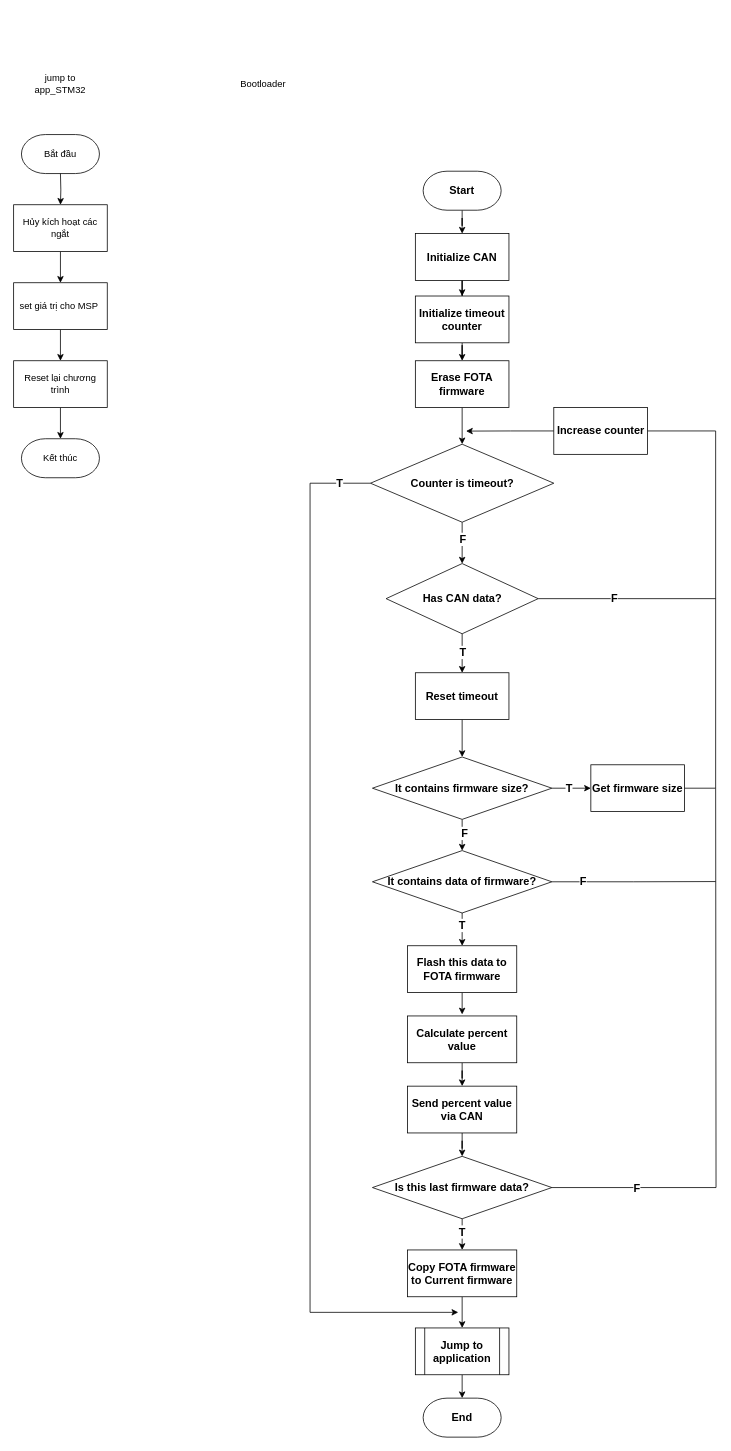
Above: page "STM32" (1 of 6) of STM32_01.drawio in thanhtung386/web_iot_interface (draw.io), before the change. Source tidied: cells renumbered, new cells numbered last; positions are measured from the earlier drawing's top-left corner, leaving out a move shared by most shapes. Both pictures are drawn from the tidied source at 78%, with x=0, y=0 at pixel (13, 72).
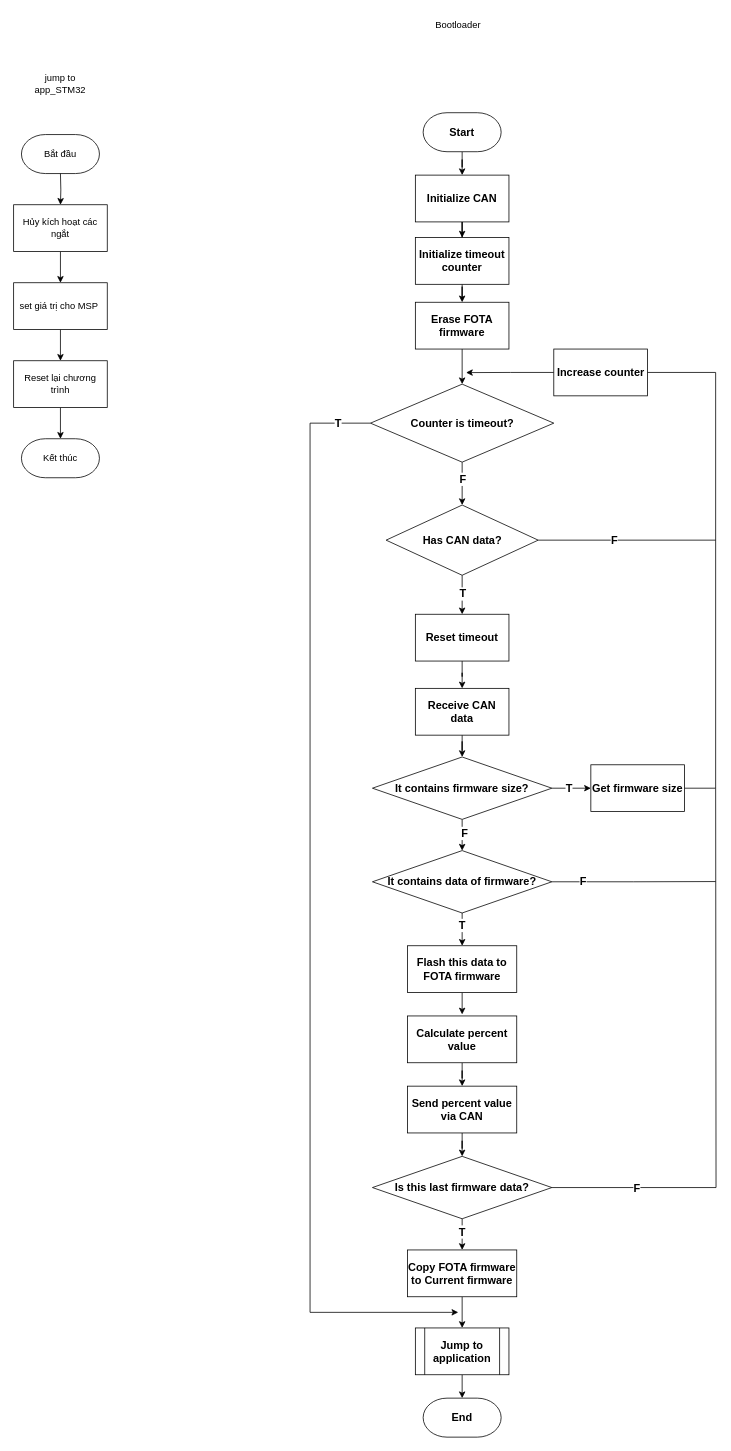
The same diagram, later.

Unchanged cells that the change refers to:
```xml
<mxCell id="25" value="It contains firmware size?" style="rhombus;whiteSpace=wrap;html=1;fontSize=14;fontStyle=1;" parent="1" vertex="1">
  <mxGeometry x="460" y="878" width="230" height="80" as="geometry" />
</mxCell>
<mxCell id="27" value="Get firmware size" style="rounded=0;whiteSpace=wrap;html=1;fontSize=14;fontStyle=1;" parent="1" vertex="1">
  <mxGeometry x="740" y="888" width="120" height="60" as="geometry" />
</mxCell>
```

Change to the diagram source:
```diff
@@
     <mxCell id="13" value="Start" style="whiteSpace=wrap;html=1;strokeWidth=1;shape=mxgraph.flowchart.terminator;fontSize=14;fontStyle=1;" parent="1" vertex="1">
-      <mxGeometry x="525" y="127" width="100" height="50" as="geometry" />
+      <mxGeometry x="525" y="52" width="100" height="50" as="geometry" />
     </mxCell>
@@
     <mxCell id="15" value="Initialize CAN" style="whiteSpace=wrap;html=1;fontSize=14;fontStyle=1;" parent="1" vertex="1">
-      <mxGeometry x="515" y="207" width="120" height="60" as="geometry" />
+      <mxGeometry x="515" y="132" width="120" height="60" as="geometry" />
     </mxCell>
@@
     <mxCell id="18" style="edgeStyle=orthogonalEdgeStyle;rounded=0;jettySize=auto;html=1;exitX=1;exitY=0.5;exitDx=0;exitDy=0;exitPerimeter=0;endArrow=none;endFill=0;fontSize=14;fontStyle=1;" parent="1" edge="1" source="20">
       <mxGeometry relative="1" as="geometry">
-        <mxPoint x="900" y="675" as="targetPoint" />
+        <mxPoint x="900" y="600" as="targetPoint" />
         <Array as="points">
-          <mxPoint x="900" y="675" />
+          <mxPoint x="900" y="600" />
         </Array>
       </mxGeometry>
     </mxCell>
@@
     <mxCell id="20" value="Has CAN data?" style="rounded=0;whiteSpace=wrap;html=1;strokeWidth=1;shape=mxgraph.flowchart.decision;fontSize=14;fontStyle=1;" parent="1" vertex="1">
-      <mxGeometry x="477.5" y="630" width="195" height="90" as="geometry" />
+      <mxGeometry x="477.5" y="555" width="195" height="90" as="geometry" />
     </mxCell>
@@
     <mxCell id="26" style="edgeStyle=orthogonalEdgeStyle;rounded=0;jettySize=auto;html=1;exitX=1;exitY=0.5;exitDx=0;exitDy=0;fontSize=14;fontStyle=1;entryX=1;entryY=0.5;entryDx=0;entryDy=0;endArrow=none;endFill=0;" parent="1" edge="1" source="27" target="62">
       <mxGeometry relative="1" as="geometry">
         <Array as="points">
           <mxPoint x="900" y="918" />
-          <mxPoint x="900" y="460" />
+          <mxPoint x="900" y="385" />
         </Array>
       </mxGeometry>
     </mxCell>
@@
     <mxCell id="37" value="Bootloader" style="text;html=1;align=center;verticalAlign=middle;whiteSpace=wrap;rounded=0;" parent="1" vertex="1">
-      <mxGeometry x="290" width="60" height="30" as="geometry" />
+      <mxGeometry x="540" y="-75" width="60" height="30" as="geometry" />
     </mxCell>
@@
     <mxCell id="40" value="Initialize timeout counter" style="whiteSpace=wrap;html=1;fontSize=14;fontStyle=1;" parent="1" vertex="1">
-      <mxGeometry x="515" y="287" width="120" height="60" as="geometry" />
+      <mxGeometry x="515" y="212" width="120" height="60" as="geometry" />
     </mxCell>
@@
     <mxCell id="43" style="edgeStyle=orthogonalEdgeStyle;rounded=0;jettySize=auto;html=1;exitX=0;exitY=0.5;exitDx=0;exitDy=0;exitPerimeter=0;fontSize=14;fontStyle=1;" parent="1" edge="1" source="45">
       <mxGeometry relative="1" as="geometry">
         <mxPoint x="570" y="1590" as="targetPoint" />
         <Array as="points">
-          <mxPoint x="380" y="527" />
+          <mxPoint x="457" y="450" />
+          <mxPoint x="380" y="450" />
           <mxPoint x="380" y="1590" />
         </Array>
       </mxGeometry>
     </mxCell>
@@
     <mxCell id="45" value="Counter is timeout?" style="whiteSpace=wrap;html=1;strokeWidth=1;shape=mxgraph.flowchart.decision;fontSize=14;fontStyle=1;" parent="1" vertex="1">
-      <mxGeometry x="457.5" y="477" width="235" height="100" as="geometry" />
+      <mxGeometry x="457.5" y="400" width="235" height="100" as="geometry" />
     </mxCell>
-    <mxCell id="46" style="edgeStyle=orthogonalEdgeStyle;rounded=0;jettySize=auto;html=1;fontSize=14;fontStyle=1;" parent="1" edge="1" source="47" target="25">
-      <mxGeometry relative="1" as="geometry" />
-    </mxCell>
+    <mxCell id="63" style="edgeStyle=orthogonalEdgeStyle;rounded=0;jettySize=auto;html=1;" parent="1" edge="1" source="47" target="65">
+      <mxGeometry relative="1" as="geometry" />
+    </mxCell>
     <mxCell id="47" value="Reset timeout" style="whiteSpace=wrap;html=1;fontSize=14;fontStyle=1;" parent="1" vertex="1">
-      <mxGeometry x="515" y="770" width="120" height="60" as="geometry" />
+      <mxGeometry x="515" y="695" width="120" height="60" as="geometry" />
     </mxCell>
@@
     <mxCell id="49" value="Erase FOTA firmware" style="whiteSpace=wrap;html=1;fontSize=14;fontStyle=1;" parent="1" vertex="1">
-      <mxGeometry x="515" y="370" width="120" height="60" as="geometry" />
+      <mxGeometry x="515" y="295" width="120" height="60" as="geometry" />
     </mxCell>
@@
     <mxCell id="61" style="edgeStyle=orthogonalEdgeStyle;rounded=0;jettySize=auto;html=1;exitX=0;exitY=0.5;exitDx=0;exitDy=0;" parent="1" edge="1" source="62">
       <mxGeometry relative="1" as="geometry">
-        <mxPoint x="580" y="460.2" as="targetPoint" />
+        <mxPoint x="580" y="385.2" as="targetPoint" />
       </mxGeometry>
     </mxCell>
     <mxCell id="62" value="Increase counter" style="whiteSpace=wrap;html=1;fontSize=14;fontStyle=1;" parent="1" vertex="1">
-      <mxGeometry x="692.5" y="430" width="120" height="60" as="geometry" />
+      <mxGeometry x="692.5" y="355" width="120" height="60" as="geometry" />
     </mxCell>
+    <mxCell id="64" style="edgeStyle=orthogonalEdgeStyle;rounded=0;jettySize=auto;html=1;" parent="1" edge="1" source="65" target="25">
+      <mxGeometry relative="1" as="geometry" />
+    </mxCell>
+    <mxCell id="65" value="Receive CAN data" style="whiteSpace=wrap;html=1;fontSize=14;fontStyle=1;" parent="1" vertex="1">
+      <mxGeometry x="515" y="790" width="120" height="60" as="geometry" />
+    </mxCell>
```
